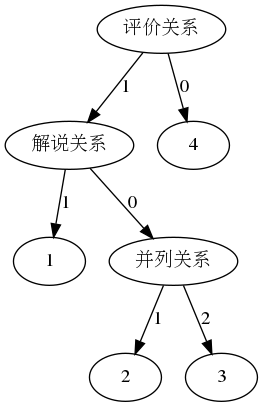
Above: struct.gv.png in Drenight/2020GraduationProject (Graphviz), before the change. Its source is kept beside it as struct.gv.
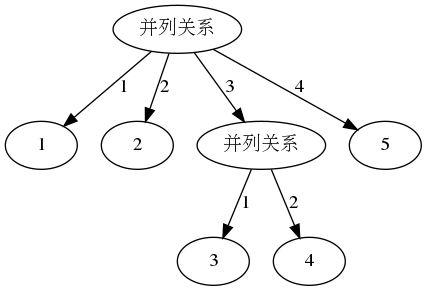
After the change.

What changed in the source:
```diff
@@ -1,15 +1,15 @@
 digraph G {
-	0 [label="评价关系"]
-	1 [label="解说关系"]
-	0 -> 1 [label=1]
-	2 [label=1]
-	1 -> 2 [label=1]
-	3 [label="并列关系"]
-	1 -> 3 [label=0]
-	4 [label=2]
-	3 -> 4 [label=1]
-	5 [label=3]
-	3 -> 5 [label=2]
-	6 [label=4]
-	0 -> 6 [label=0]
+	0 [label="并列关系"]
+	5 [label=1]
+	0 -> 5 [label=1]
+	6 [label=2]
+	0 -> 6 [label=2]
+	7 [label="并列关系"]
+	0 -> 7 [label=3]
+	8 [label=3]
+	7 -> 8 [label=1]
+	9 [label=4]
+	7 -> 9 [label=2]
+	10 [label=5]
+	0 -> 10 [label=4]
 }
```
